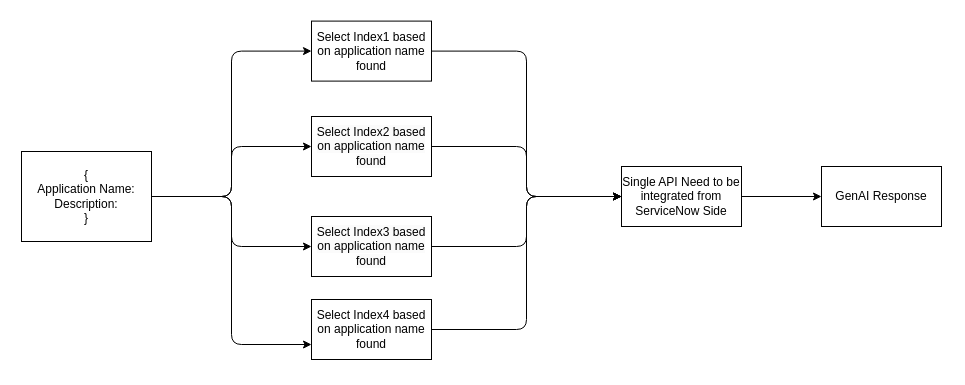
Above: WF.drawio in narsingh2231/Architectures-AI_ML (draw.io), before the change. Source tidied: cells renumbered, new cells numbered last; positions are measured from the earlier drawing's top-left corner, leaving out a move shared by most shapes. Both pictures are drawn from the tidied source at 100%, with x=0, y=0 at pixel (21, 21).
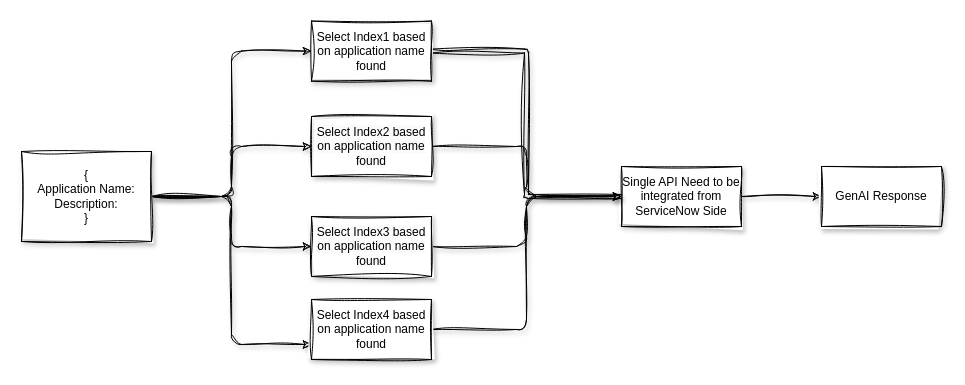
Above is the later version.

Diff of the diagram source:
```diff
@@
 <mxGraphModel>
   <root>
     <mxCell id="0" />
     <mxCell id="1" parent="0" />
-    <mxCell id="2" style="edgeStyle=orthogonalEdgeStyle;rounded=1;jettySize=auto;html=1;exitX=1;exitY=0.5;exitDx=0;exitDy=0;entryX=0;entryY=0.5;entryDx=0;entryDy=0;curved=0;" parent="1" edge="1" source="6" target="16">
+    <mxCell id="2" style="edgeStyle=orthogonalEdgeStyle;rounded=1;jettySize=auto;html=1;exitX=1;exitY=0.5;exitDx=0;exitDy=0;entryX=0;entryY=0.5;entryDx=0;entryDy=0;curved=0;sketch=1;curveFitting=1;jiggle=2;shadow=1;" parent="1" edge="1" source="6" target="16">
       <mxGeometry relative="1" as="geometry" />
     </mxCell>
-    <mxCell id="3" style="edgeStyle=orthogonalEdgeStyle;rounded=1;jettySize=auto;html=1;exitX=1;exitY=0.5;exitDx=0;exitDy=0;entryX=0;entryY=0.75;entryDx=0;entryDy=0;curved=0;" parent="1" edge="1" source="6" target="10">
+    <mxCell id="3" style="edgeStyle=orthogonalEdgeStyle;rounded=1;jettySize=auto;html=1;exitX=1;exitY=0.5;exitDx=0;exitDy=0;entryX=0;entryY=0.75;entryDx=0;entryDy=0;curved=0;sketch=1;curveFitting=1;jiggle=2;shadow=1;" parent="1" edge="1" source="6" target="10">
       <mxGeometry relative="1" as="geometry" />
     </mxCell>
-    <mxCell id="4" style="edgeStyle=orthogonalEdgeStyle;rounded=1;jettySize=auto;html=1;exitX=1;exitY=0.5;exitDx=0;exitDy=0;entryX=0;entryY=0.5;entryDx=0;entryDy=0;curved=0;" parent="1" edge="1" source="6" target="14">
+    <mxCell id="4" style="edgeStyle=orthogonalEdgeStyle;rounded=1;jettySize=auto;html=1;exitX=1;exitY=0.5;exitDx=0;exitDy=0;entryX=0;entryY=0.5;entryDx=0;entryDy=0;curved=0;sketch=1;curveFitting=1;jiggle=2;shadow=1;" parent="1" edge="1" source="6" target="14">
       <mxGeometry relative="1" as="geometry" />
     </mxCell>
-    <mxCell id="5" style="edgeStyle=orthogonalEdgeStyle;rounded=1;jettySize=auto;html=1;exitX=1;exitY=0.5;exitDx=0;exitDy=0;entryX=0;entryY=0.5;entryDx=0;entryDy=0;curved=0;" parent="1" edge="1" source="6" target="12">
+    <mxCell id="5" style="edgeStyle=orthogonalEdgeStyle;rounded=1;jettySize=auto;html=1;exitX=1;exitY=0.5;exitDx=0;exitDy=0;entryX=0;entryY=0.5;entryDx=0;entryDy=0;curved=0;sketch=1;curveFitting=1;jiggle=2;shadow=1;" parent="1" edge="1" source="6" target="12">
       <mxGeometry relative="1" as="geometry" />
     </mxCell>
-    <mxCell id="6" value="{&lt;div&gt;Application Name:&lt;div&gt;Description:&lt;/div&gt;&lt;div&gt;}&lt;/div&gt;&lt;/div&gt;" style="whiteSpace=wrap;html=1;" parent="1" vertex="1">
+    <mxCell id="6" value="{&lt;div&gt;Application Name:&lt;div&gt;Description:&lt;/div&gt;&lt;div&gt;}&lt;/div&gt;&lt;/div&gt;" style="whiteSpace=wrap;html=1;sketch=1;curveFitting=1;jiggle=2;shadow=1;" parent="1" vertex="1">
       <mxGeometry y="130" width="130" height="90" as="geometry" />
     </mxCell>
-    <mxCell id="7" style="edgeStyle=orthogonalEdgeStyle;rounded=0;jettySize=auto;html=1;exitX=1;exitY=0.5;exitDx=0;exitDy=0;entryX=0;entryY=0.5;entryDx=0;entryDy=0;" parent="1" edge="1" source="8" target="17">
+    <mxCell id="7" style="edgeStyle=orthogonalEdgeStyle;rounded=0;jettySize=auto;html=1;exitX=1;exitY=0.5;exitDx=0;exitDy=0;entryX=0;entryY=0.5;entryDx=0;entryDy=0;sketch=1;curveFitting=1;jiggle=2;shadow=1;" parent="1" edge="1" source="8" target="17">
       <mxGeometry relative="1" as="geometry" />
     </mxCell>
-    <mxCell id="8" value="Single API Need to be integrated from ServiceNow Side" style="whiteSpace=wrap;html=1;" parent="1" vertex="1">
+    <mxCell id="8" value="Single API Need to be integrated from ServiceNow Side" style="whiteSpace=wrap;html=1;sketch=1;curveFitting=1;jiggle=2;shadow=1;" parent="1" vertex="1">
       <mxGeometry x="600" y="145" width="120" height="60" as="geometry" />
     </mxCell>
-    <mxCell id="9" style="edgeStyle=orthogonalEdgeStyle;rounded=1;jettySize=auto;html=1;exitX=1;exitY=0.5;exitDx=0;exitDy=0;entryX=0;entryY=0.5;entryDx=0;entryDy=0;curved=0;" parent="1" edge="1" source="10" target="8">
+    <mxCell id="9" style="edgeStyle=orthogonalEdgeStyle;rounded=1;jettySize=auto;html=1;exitX=1;exitY=0.5;exitDx=0;exitDy=0;entryX=0;entryY=0.5;entryDx=0;entryDy=0;curved=0;sketch=1;curveFitting=1;jiggle=2;shadow=1;" parent="1" edge="1" source="10" target="8">
       <mxGeometry relative="1" as="geometry" />
     </mxCell>
-    <mxCell id="10" value="Select Index4 based on application name found" style="whiteSpace=wrap;html=1;" parent="1" vertex="1">
+    <mxCell id="10" value="Select Index4 based on application name found" style="whiteSpace=wrap;html=1;sketch=1;curveFitting=1;jiggle=2;shadow=1;" parent="1" vertex="1">
       <mxGeometry x="290" y="278" width="120" height="60" as="geometry" />
     </mxCell>
-    <mxCell id="11" style="edgeStyle=orthogonalEdgeStyle;rounded=1;jettySize=auto;html=1;exitX=1;exitY=0.5;exitDx=0;exitDy=0;entryX=0;entryY=0.5;entryDx=0;entryDy=0;curved=0;" parent="1" edge="1" source="12" target="8">
+    <mxCell id="11" style="edgeStyle=orthogonalEdgeStyle;rounded=1;jettySize=auto;html=1;exitX=1;exitY=0.5;exitDx=0;exitDy=0;entryX=0;entryY=0.5;entryDx=0;entryDy=0;curved=0;sketch=1;curveFitting=1;jiggle=2;shadow=1;" parent="1" edge="1" source="12" target="8">
       <mxGeometry relative="1" as="geometry" />
     </mxCell>
-    <mxCell id="12" value="&lt;br&gt;&lt;span style=&quot;color: rgb(0, 0, 0); font-family: Helvetica; font-size: 12px; font-style: normal; font-variant-ligatures: normal; font-variant-caps: normal; font-weight: 400; letter-spacing: normal; orphans: 2; text-align: center; text-indent: 0px; text-transform: none; widows: 2; word-spacing: 0px; -webkit-text-stroke-width: 0px; white-space: normal; background-color: rgb(251, 251, 251); text-decoration-thickness: initial; text-decoration-style: initial; text-decoration-color: initial; float: none; display: inline !important;&quot;&gt;Select Index3 based on application name found&lt;/span&gt;&lt;div&gt;&lt;br/&gt;&lt;/div&gt;" style="whiteSpace=wrap;html=1;" parent="1" vertex="1">
+    <mxCell id="12" value="&lt;br&gt;&lt;span style=&quot;color: rgb(0, 0, 0); font-family: Helvetica; font-size: 12px; font-style: normal; font-variant-ligatures: normal; font-variant-caps: normal; font-weight: 400; letter-spacing: normal; orphans: 2; text-align: center; text-indent: 0px; text-transform: none; widows: 2; word-spacing: 0px; -webkit-text-stroke-width: 0px; white-space: normal; background-color: rgb(251, 251, 251); text-decoration-thickness: initial; text-decoration-style: initial; text-decoration-color: initial; float: none; display: inline !important;&quot;&gt;Select Index3 based on application name found&lt;/span&gt;&lt;div&gt;&lt;br/&gt;&lt;/div&gt;" style="whiteSpace=wrap;html=1;sketch=1;curveFitting=1;jiggle=2;shadow=1;" parent="1" vertex="1">
       <mxGeometry x="290" y="195" width="120" height="60" as="geometry" />
     </mxCell>
-    <mxCell id="13" style="edgeStyle=orthogonalEdgeStyle;rounded=1;jettySize=auto;html=1;exitX=1;exitY=0.5;exitDx=0;exitDy=0;entryX=0;entryY=0.5;entryDx=0;entryDy=0;curved=0;" parent="1" edge="1" source="14" target="8">
+    <mxCell id="13" style="edgeStyle=orthogonalEdgeStyle;rounded=1;jettySize=auto;html=1;exitX=1;exitY=0.5;exitDx=0;exitDy=0;entryX=0;entryY=0.5;entryDx=0;entryDy=0;curved=0;sketch=1;curveFitting=1;jiggle=2;shadow=1;" parent="1" edge="1" source="14" target="8">
       <mxGeometry relative="1" as="geometry" />
     </mxCell>
-    <mxCell id="14" value="&lt;br&gt;&lt;span style=&quot;color: rgb(0, 0, 0); font-family: Helvetica; font-size: 12px; font-style: normal; font-variant-ligatures: normal; font-variant-caps: normal; font-weight: 400; letter-spacing: normal; orphans: 2; text-align: center; text-indent: 0px; text-transform: none; widows: 2; word-spacing: 0px; -webkit-text-stroke-width: 0px; white-space: normal; background-color: rgb(251, 251, 251); text-decoration-thickness: initial; text-decoration-style: initial; text-decoration-color: initial; float: none; display: inline !important;&quot;&gt;Select Index2 based on application name found&lt;/span&gt;&lt;div&gt;&lt;br/&gt;&lt;/div&gt;" style="whiteSpace=wrap;html=1;" parent="1" vertex="1">
+    <mxCell id="14" value="&lt;br&gt;&lt;span style=&quot;color: rgb(0, 0, 0); font-family: Helvetica; font-size: 12px; font-style: normal; font-variant-ligatures: normal; font-variant-caps: normal; font-weight: 400; letter-spacing: normal; orphans: 2; text-align: center; text-indent: 0px; text-transform: none; widows: 2; word-spacing: 0px; -webkit-text-stroke-width: 0px; white-space: normal; background-color: rgb(251, 251, 251); text-decoration-thickness: initial; text-decoration-style: initial; text-decoration-color: initial; float: none; display: inline !important;&quot;&gt;Select Index2 based on application name found&lt;/span&gt;&lt;div&gt;&lt;br/&gt;&lt;/div&gt;" style="whiteSpace=wrap;html=1;sketch=1;curveFitting=1;jiggle=2;shadow=1;" parent="1" vertex="1">
       <mxGeometry x="290" y="95" width="120" height="60" as="geometry" />
     </mxCell>
-    <mxCell id="15" style="edgeStyle=orthogonalEdgeStyle;rounded=1;jettySize=auto;html=1;exitX=1;exitY=0.5;exitDx=0;exitDy=0;entryX=0;entryY=0.5;entryDx=0;entryDy=0;curved=0;" parent="1" edge="1" source="16" target="8">
+    <mxCell id="15" style="edgeStyle=orthogonalEdgeStyle;rounded=1;jettySize=auto;html=1;exitX=1;exitY=0.5;exitDx=0;exitDy=0;entryX=0;entryY=0.5;entryDx=0;entryDy=0;curved=0;shape=link;sketch=1;curveFitting=1;jiggle=2;shadow=1;" parent="1" edge="1" source="16" target="8">
       <mxGeometry relative="1" as="geometry" />
     </mxCell>
-    <mxCell id="16" value="Select Index1 based on application name found" style="whiteSpace=wrap;html=1;" parent="1" vertex="1">
+    <mxCell id="16" value="Select Index1 based on application name found" style="whiteSpace=wrap;html=1;sketch=1;curveFitting=1;jiggle=2;shadow=1;" parent="1" vertex="1">
       <mxGeometry x="290" y="-0.4" width="120" height="60" as="geometry" />
     </mxCell>
-    <mxCell id="17" value="GenAI Response" style="whiteSpace=wrap;html=1;" parent="1" vertex="1">
+    <mxCell id="17" value="GenAI Response" style="whiteSpace=wrap;html=1;sketch=1;curveFitting=1;jiggle=2;shadow=1;" parent="1" vertex="1">
       <mxGeometry x="800" y="145" width="120" height="60" as="geometry" />
     </mxCell>
   </root>
 </mxGraphModel>
```
